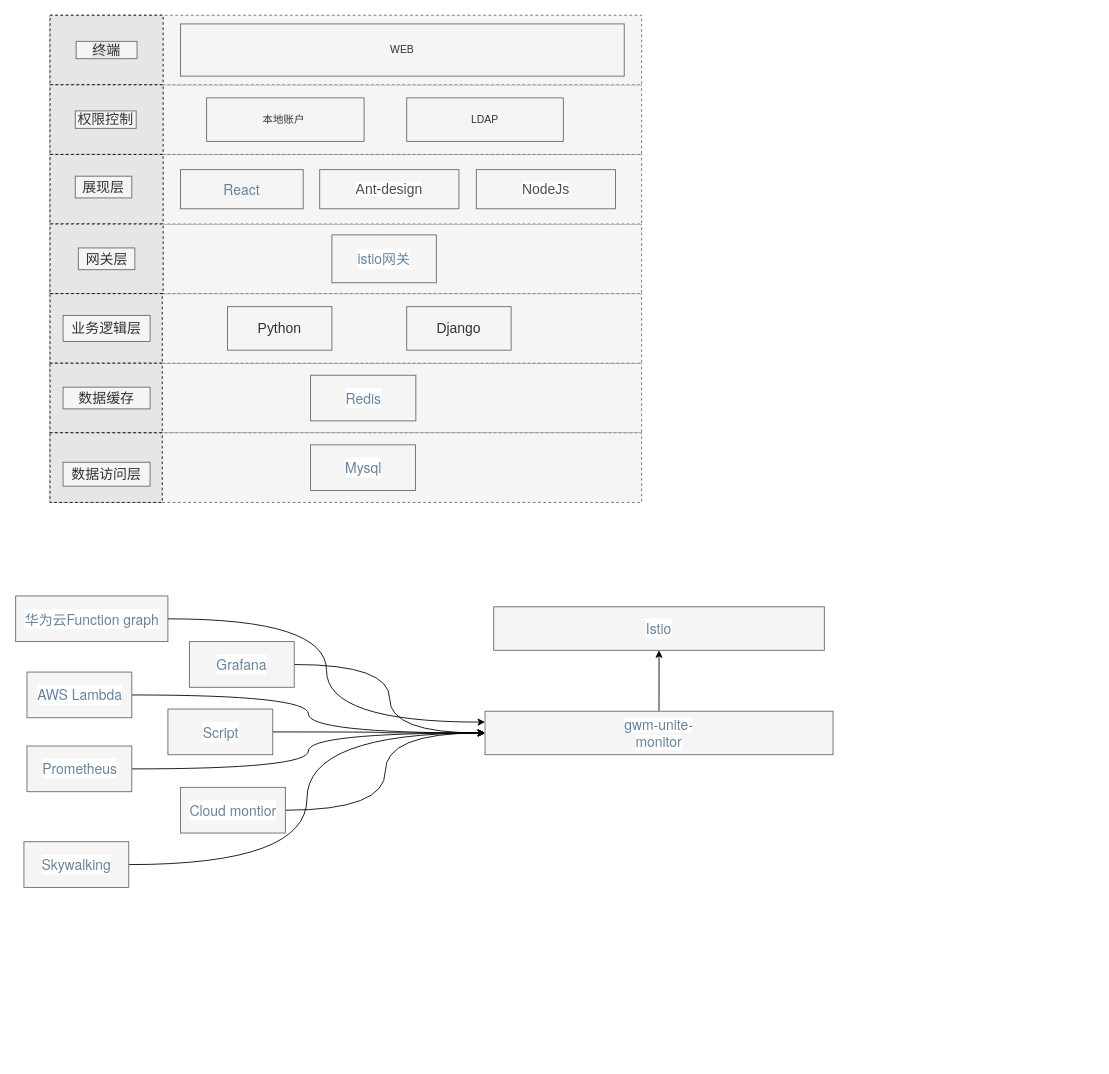
This is 统一监控.drawio from tengxiao/zabbix-report, a draw.io file, before an edit. Source tidied: cells renumbered, new cells numbered last; positions are measured from the earlier drawing's top-left corner, leaving out a move shared by most shapes. Both pictures are drawn from the tidied source at 87%, with x=0, y=0 at pixel (15, 15).
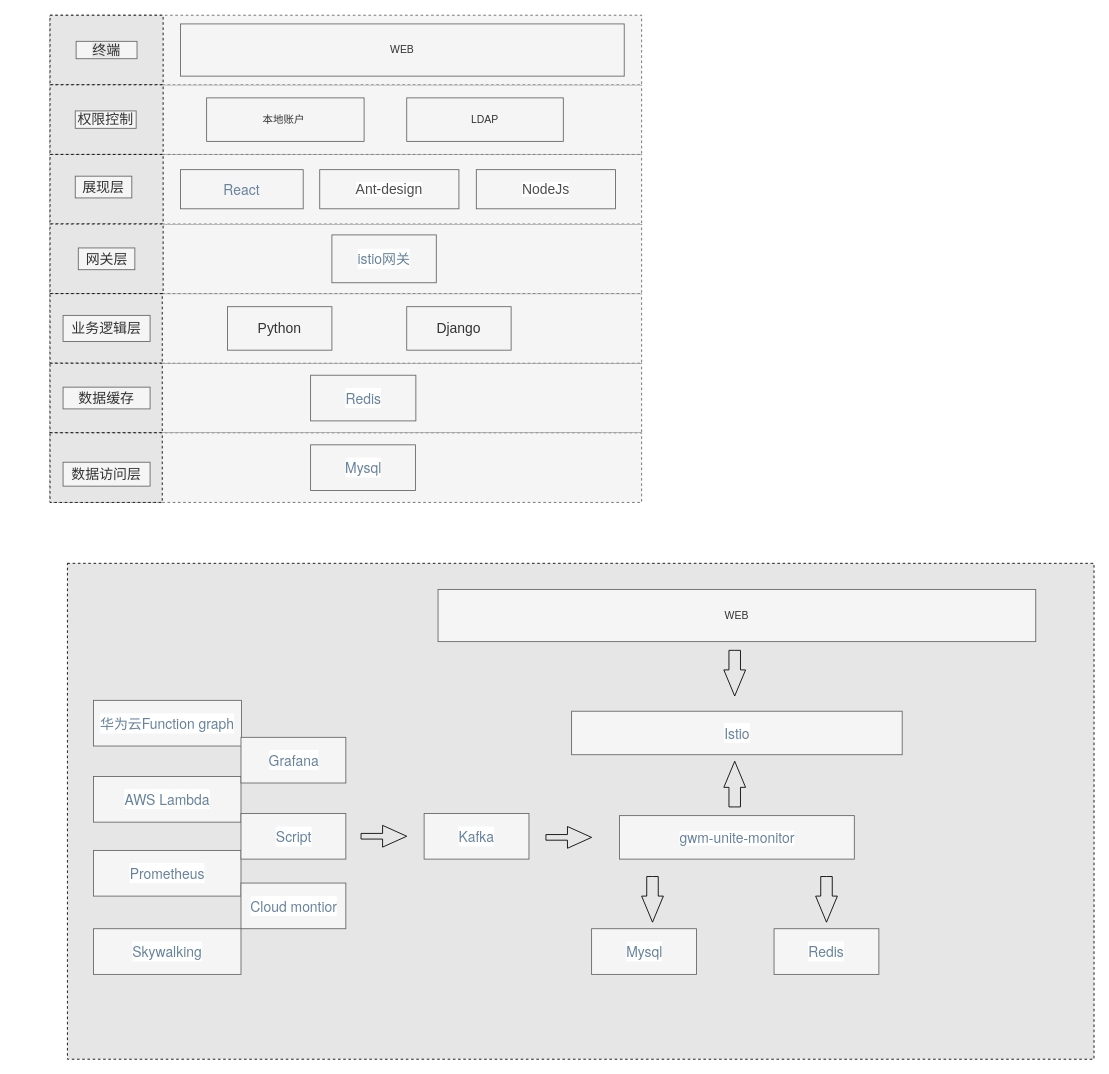
The same page after the edit.

Commit message (it also covers changes not shown here):
更新统一监控.drawio

Diff of the diagram source:
```diff
@@
+    <mxCell id="51" style="rounded=0;whiteSpace=wrap;html=1;shadow=0;glass=0;dashed=1;sketch=0;fillColor=#E6E6E6;" parent="1" vertex="1">
+      <mxGeometry x="60" y="630" width="1180" height="570" as="geometry" />
+    </mxCell>
@@
-    <mxCell id="34" style="edgeStyle=orthogonalEdgeStyle;curved=1;rounded=0;jettySize=auto;html=1;entryX=0;entryY=0.25;entryDx=0;entryDy=0;" parent="1" edge="1" source="35" target="49">
-      <mxGeometry relative="1" as="geometry" />
-    </mxCell>
     <mxCell id="35" value="&lt;font color=&quot;#67839c&quot; face=&quot;helvetica neue, helvetica, arial, sans-serif&quot;&gt;&lt;span style=&quot;font-size: 16px ; background-color: rgb(255 , 255 , 255)&quot;&gt;华为云Function graph&lt;/span&gt;&lt;/font&gt;" style="rounded=0;whiteSpace=wrap;html=1;fillColor=#f5f5f5;strokeColor=#666666;fontColor=#333333;" parent="1" vertex="1">
-      <mxGeometry x="0.5" y="667.5" width="175" height="52.5" as="geometry" />
+      <mxGeometry x="90" y="787.5" width="170" height="52.5" as="geometry" />
     </mxCell>
-    <mxCell id="36" style="edgeStyle=orthogonalEdgeStyle;curved=1;rounded=0;jettySize=auto;html=1;entryX=0;entryY=0.5;entryDx=0;entryDy=0;" parent="1" edge="1" source="37" target="49">
-      <mxGeometry relative="1" as="geometry" />
-    </mxCell>
     <mxCell id="37" value="&lt;font color=&quot;#67839c&quot; face=&quot;helvetica neue, helvetica, arial, sans-serif&quot;&gt;&lt;span style=&quot;font-size: 16px ; background-color: rgb(255 , 255 , 255)&quot;&gt;AWS Lambda&lt;/span&gt;&lt;/font&gt;" style="rounded=0;whiteSpace=wrap;html=1;fillColor=#f5f5f5;strokeColor=#666666;fontColor=#333333;" parent="1" vertex="1">
-      <mxGeometry x="13.5" y="755" width="120.5" height="52.5" as="geometry" />
+      <mxGeometry x="90" y="875" width="169.5" height="52.5" as="geometry" />
     </mxCell>
-    <mxCell id="38" style="edgeStyle=orthogonalEdgeStyle;curved=1;rounded=0;jettySize=auto;html=1;entryX=0;entryY=0.5;entryDx=0;entryDy=0;" parent="1" edge="1" source="39" target="49">
-      <mxGeometry relative="1" as="geometry" />
-    </mxCell>
     <mxCell id="39" value="&lt;font color=&quot;#67839c&quot; face=&quot;helvetica neue, helvetica, arial, sans-serif&quot;&gt;&lt;span style=&quot;font-size: 16px ; background-color: rgb(255 , 255 , 255)&quot;&gt;Skywalking&lt;/span&gt;&lt;/font&gt;" style="rounded=0;whiteSpace=wrap;html=1;fillColor=#f5f5f5;strokeColor=#666666;fontColor=#333333;" parent="1" vertex="1">
-      <mxGeometry x="10" y="950" width="120.5" height="52.5" as="geometry" />
+      <mxGeometry x="90" y="1050" width="169.5" height="52.5" as="geometry" />
     </mxCell>
-    <mxCell id="40" style="edgeStyle=orthogonalEdgeStyle;curved=1;rounded=0;jettySize=auto;html=1;entryX=0;entryY=0.5;entryDx=0;entryDy=0;" parent="1" edge="1" source="41" target="49">
-      <mxGeometry relative="1" as="geometry" />
-    </mxCell>
     <mxCell id="41" value="&lt;font color=&quot;#67839c&quot; face=&quot;helvetica neue, helvetica, arial, sans-serif&quot;&gt;&lt;span style=&quot;font-size: 16px ; background-color: rgb(255 , 255 , 255)&quot;&gt;Prometheus&lt;/span&gt;&lt;/font&gt;" style="rounded=0;whiteSpace=wrap;html=1;fillColor=#f5f5f5;strokeColor=#666666;fontColor=#333333;" parent="1" vertex="1">
-      <mxGeometry x="13.5" y="840" width="120.5" height="52.5" as="geometry" />
+      <mxGeometry x="90" y="960" width="169.5" height="52.5" as="geometry" />
     </mxCell>
-    <mxCell id="42" style="edgeStyle=orthogonalEdgeStyle;curved=1;rounded=0;jettySize=auto;html=1;" parent="1" edge="1" source="43" target="49">
-      <mxGeometry relative="1" as="geometry" />
-    </mxCell>
     <mxCell id="43" value="&lt;font color=&quot;#67839c&quot; face=&quot;helvetica neue, helvetica, arial, sans-serif&quot;&gt;&lt;span style=&quot;font-size: 16px ; background-color: rgb(255 , 255 , 255)&quot;&gt;Script&lt;/span&gt;&lt;/font&gt;" style="rounded=0;whiteSpace=wrap;html=1;fillColor=#f5f5f5;strokeColor=#666666;fontColor=#333333;" parent="1" vertex="1">
-      <mxGeometry x="175.5" y="797.5" width="120.5" height="52.5" as="geometry" />
+      <mxGeometry x="259.5" y="917.5" width="120.5" height="52.5" as="geometry" />
     </mxCell>
-    <mxCell id="44" style="edgeStyle=orthogonalEdgeStyle;curved=1;rounded=0;jettySize=auto;html=1;entryX=0;entryY=0.5;entryDx=0;entryDy=0;" parent="1" edge="1" source="45" target="49">
-      <mxGeometry relative="1" as="geometry" />
-    </mxCell>
     <mxCell id="45" value="&lt;font color=&quot;#67839c&quot; face=&quot;helvetica neue, helvetica, arial, sans-serif&quot;&gt;&lt;span style=&quot;font-size: 16px ; background-color: rgb(255 , 255 , 255)&quot;&gt;Grafana&lt;/span&gt;&lt;/font&gt;" style="rounded=0;whiteSpace=wrap;html=1;fillColor=#f5f5f5;strokeColor=#666666;fontColor=#333333;" parent="1" vertex="1">
-      <mxGeometry x="200.2" y="720" width="120.5" height="52.5" as="geometry" />
+      <mxGeometry x="259.5" y="830" width="120.5" height="52.5" as="geometry" />
     </mxCell>
-    <mxCell id="46" style="edgeStyle=orthogonalEdgeStyle;curved=1;rounded=0;jettySize=auto;html=1;entryX=0;entryY=0.5;entryDx=0;entryDy=0;" parent="1" edge="1" source="47" target="49">
-      <mxGeometry relative="1" as="geometry" />
-    </mxCell>
     <mxCell id="47" value="&lt;font color=&quot;#67839c&quot; face=&quot;helvetica neue, helvetica, arial, sans-serif&quot;&gt;&lt;span style=&quot;font-size: 16px ; background-color: rgb(255 , 255 , 255)&quot;&gt;Cloud montior&lt;/span&gt;&lt;/font&gt;" style="rounded=0;whiteSpace=wrap;html=1;fillColor=#f5f5f5;strokeColor=#666666;fontColor=#333333;" parent="1" vertex="1">
-      <mxGeometry x="190" y="887.5" width="120.5" height="52.5" as="geometry" />
+      <mxGeometry x="259.5" y="997.5" width="120.5" height="52.5" as="geometry" />
     </mxCell>
-    <mxCell id="48" style="edgeStyle=orthogonalEdgeStyle;curved=1;rounded=0;jettySize=auto;html=1;" parent="1" edge="1" source="49" target="50">
-      <mxGeometry relative="1" as="geometry" />
-    </mxCell>
-    <mxCell id="49" value="&lt;font color=&quot;#67839c&quot; face=&quot;helvetica neue, helvetica, arial, sans-serif&quot;&gt;&lt;span style=&quot;background-color: rgb(255 , 255 , 255)&quot;&gt;&lt;span style=&quot;font-size: 16px&quot;&gt;gwm-unite-&lt;/span&gt;&lt;br&gt;&lt;span style=&quot;font-size: 16px&quot;&gt;monitor&lt;/span&gt;&lt;/span&gt;&lt;/font&gt;" style="rounded=0;whiteSpace=wrap;html=1;fillColor=#f5f5f5;strokeColor=#666666;fontColor=#333333;" parent="1" vertex="1">
-      <mxGeometry x="540" y="800" width="400" height="50" as="geometry" />
+    <mxCell id="49" value="&lt;font color=&quot;#67839c&quot; face=&quot;helvetica neue, helvetica, arial, sans-serif&quot;&gt;&lt;span style=&quot;background-color: rgb(255 , 255 , 255)&quot;&gt;&lt;span style=&quot;font-size: 16px&quot;&gt;gwm-unite-&lt;/span&gt;&lt;span style=&quot;font-size: 16px&quot;&gt;monitor&lt;/span&gt;&lt;/span&gt;&lt;/font&gt;" style="rounded=0;whiteSpace=wrap;html=1;fillColor=#f5f5f5;strokeColor=#666666;fontColor=#333333;" parent="1" vertex="1">
+      <mxGeometry x="694.5" y="920" width="270" height="50" as="geometry" />
     </mxCell>
     <mxCell id="50" value="&lt;font color=&quot;#67839c&quot; face=&quot;helvetica neue, helvetica, arial, sans-serif&quot;&gt;&lt;span style=&quot;font-size: 16px ; background-color: rgb(255 , 255 , 255)&quot;&gt;Istio&lt;/span&gt;&lt;/font&gt;" style="rounded=0;whiteSpace=wrap;html=1;fillColor=#f5f5f5;strokeColor=#666666;fontColor=#333333;" parent="1" vertex="1">
-      <mxGeometry x="550" y="680" width="380" height="50" as="geometry" />
+      <mxGeometry x="639.5" y="800" width="380" height="50" as="geometry" />
     </mxCell>
+    <mxCell id="52" style="html=1;shadow=0;dashed=0;align=center;verticalAlign=middle;shape=mxgraph.arrows2.arrow;dy=0.47;dx=30;direction=north;notch=0;rounded=0;glass=0;sketch=0;fillColor=#E6E6E6;" parent="1" vertex="1">
+      <mxGeometry x="814.5" y="857.5" width="25" height="52.5" as="geometry" />
+    </mxCell>
+    <mxCell id="53" value="WEB" style="rounded=0;whiteSpace=wrap;html=1;fillColor=#f5f5f5;strokeColor=#666666;fontColor=#333333;" parent="1" vertex="1">
+      <mxGeometry x="486" y="660" width="687" height="60" as="geometry" />
+    </mxCell>
+    <mxCell id="54" style="html=1;shadow=0;dashed=0;align=center;verticalAlign=middle;shape=mxgraph.arrows2.arrow;dy=0.47;dx=30;direction=south;notch=0;rounded=0;glass=0;sketch=0;fillColor=#E6E6E6;" parent="1" vertex="1">
+      <mxGeometry x="814.5" y="730" width="25" height="52.5" as="geometry" />
+    </mxCell>
+    <mxCell id="55" style="html=1;shadow=0;dashed=0;align=center;verticalAlign=middle;shape=mxgraph.arrows2.arrow;dy=0.47;dx=30;direction=south;notch=0;rounded=0;glass=0;sketch=0;fillColor=#E6E6E6;" parent="1" vertex="1">
+      <mxGeometry x="720" y="990" width="25" height="52.5" as="geometry" />
+    </mxCell>
+    <mxCell id="56" style="html=1;shadow=0;dashed=0;align=center;verticalAlign=middle;shape=mxgraph.arrows2.arrow;dy=0.47;dx=30;direction=south;notch=0;rounded=0;glass=0;sketch=0;fillColor=#E6E6E6;" parent="1" vertex="1">
+      <mxGeometry x="920" y="990" width="25" height="52.5" as="geometry" />
+    </mxCell>
+    <mxCell id="57" value="&lt;font color=&quot;#67839c&quot; face=&quot;helvetica neue, helvetica, arial, sans-serif&quot;&gt;&lt;span style=&quot;font-size: 16px ; background-color: rgb(255 , 255 , 255)&quot;&gt;Kafka&lt;/span&gt;&lt;/font&gt;" style="rounded=0;whiteSpace=wrap;html=1;fillColor=#f5f5f5;strokeColor=#666666;fontColor=#333333;" parent="1" vertex="1">
+      <mxGeometry x="470" y="917.5" width="120.5" height="52.5" as="geometry" />
+    </mxCell>
+    <mxCell id="58" style="html=1;shadow=0;dashed=0;align=center;verticalAlign=middle;shape=mxgraph.arrows2.arrow;dy=0.74;dx=27.75;direction=east;notch=0;rounded=0;glass=0;sketch=0;fillColor=#E6E6E6;" parent="1" vertex="1">
+      <mxGeometry x="397.5" y="931.2" width="52.5" height="25" as="geometry" />
+    </mxCell>
+    <mxCell id="59" style="html=1;shadow=0;dashed=0;align=center;verticalAlign=middle;shape=mxgraph.arrows2.arrow;dy=0.74;dx=27.75;direction=east;notch=0;rounded=0;glass=0;sketch=0;fillColor=#E6E6E6;" parent="1" vertex="1">
+      <mxGeometry x="610" y="932.5" width="52.5" height="25" as="geometry" />
+    </mxCell>
+    <mxCell id="60" value="&lt;font color=&quot;#67839c&quot; face=&quot;helvetica neue, helvetica, arial, sans-serif&quot;&gt;&lt;span style=&quot;font-size: 16px ; background-color: rgb(255 , 255 , 255)&quot;&gt;Mysql&lt;/span&gt;&lt;/font&gt;" style="rounded=0;whiteSpace=wrap;html=1;fillColor=#f5f5f5;strokeColor=#666666;fontColor=#333333;" parent="1" vertex="1">
+      <mxGeometry x="662.5" y="1050" width="120.5" height="52.5" as="geometry" />
+    </mxCell>
+    <mxCell id="61" value="&lt;font color=&quot;#67839c&quot; face=&quot;helvetica neue, helvetica, arial, sans-serif&quot;&gt;&lt;span style=&quot;font-size: 16px ; background-color: rgb(255 , 255 , 255)&quot;&gt;Redis&lt;/span&gt;&lt;/font&gt;" style="rounded=0;whiteSpace=wrap;html=1;fillColor=#f5f5f5;strokeColor=#666666;fontColor=#333333;" parent="1" vertex="1">
+      <mxGeometry x="872.2" y="1050" width="120.5" height="52.5" as="geometry" />
+    </mxCell>
```
